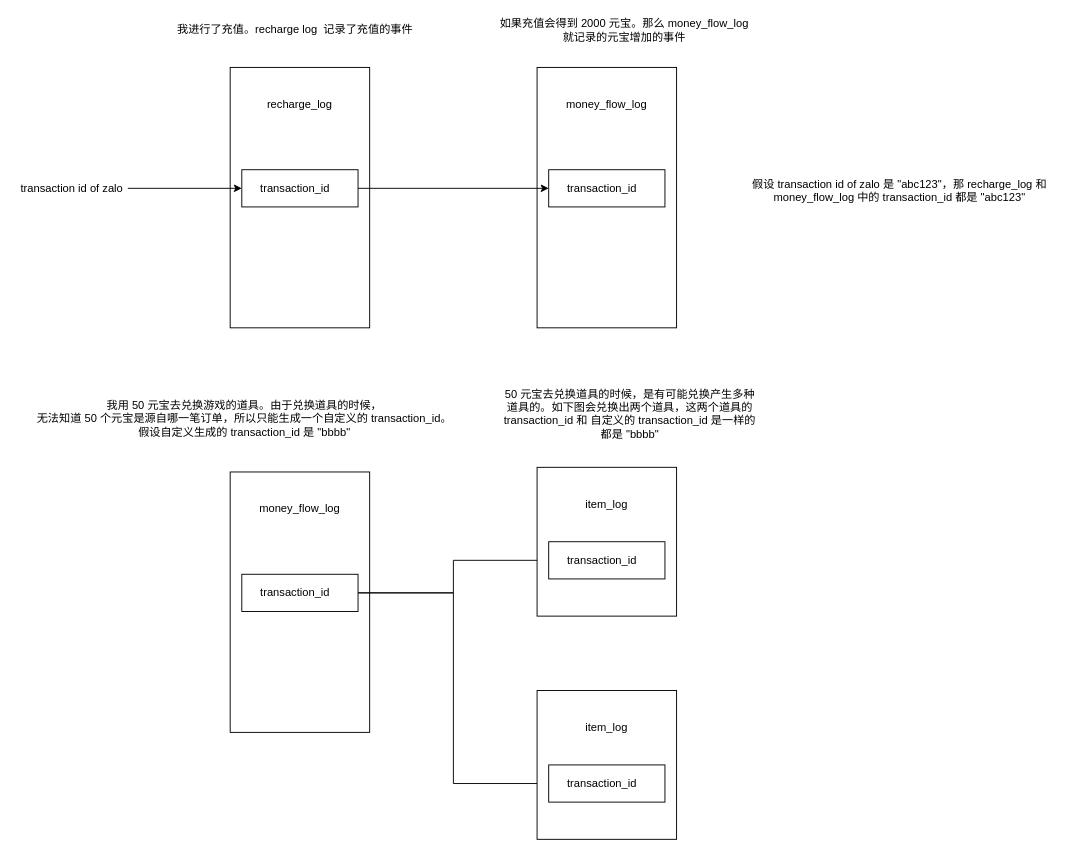
Earlier version of the draw.io diagram 未命名绘图.drawio (350258655/image). Source tidied: cells renumbered, new cells numbered last; positions are measured from the earlier drawing's top-left corner, leaving out a move shared by most shapes. Both pictures are drawn from the tidied source at 93%, with x=0, y=0 at pixel (16, 20).
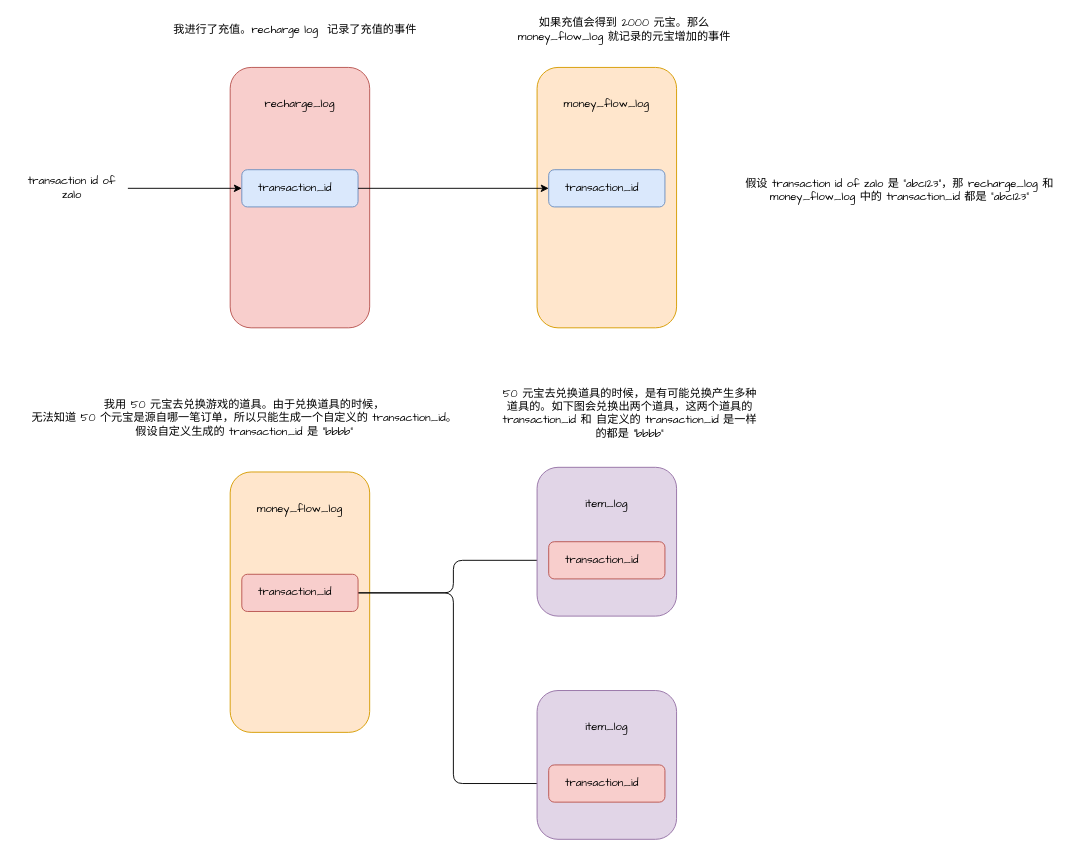
After the change.

Commit message (it also covers changes not shown here):
更新未命名绘图.drawio

Change to the diagram source:
```diff
@@
-    <mxCell id="2" style="rounded=0;whiteSpace=wrap;html=1;" parent="1" vertex="1">
+    <mxCell id="2" style="whiteSpace=wrap;html=1;rounded=1;fillColor=#f8cecc;strokeColor=#b85450;fontFamily=Comic Sans MS;" parent="1" vertex="1">
       <mxGeometry x="230" y="50" width="150" height="280" as="geometry" />
     </mxCell>
-    <mxCell id="3" value="recharge_log" style="text;html=1;strokeColor=none;fillColor=none;align=center;verticalAlign=middle;whiteSpace=wrap;rounded=0;" parent="1" vertex="1">
+    <mxCell id="3" value="recharge_log" style="text;html=1;strokeColor=none;fillColor=none;align=center;verticalAlign=middle;whiteSpace=wrap;rounded=1;fontFamily=Comic Sans MS;" parent="1" vertex="1">
       <mxGeometry x="285" y="80" width="40" height="20" as="geometry" />
     </mxCell>
-    <mxCell id="4" style="edgeStyle=orthogonalEdgeStyle;rounded=0;jettySize=auto;html=1;" parent="1" edge="1" source="5" target="6">
+    <mxCell id="4" style="edgeStyle=orthogonalEdgeStyle;jettySize=auto;html=1;fontFamily=Comic Sans MS;" parent="1" edge="1" source="5" target="6">
       <mxGeometry relative="1" as="geometry" />
     </mxCell>
-    <mxCell id="5" value="transaction id of zalo" style="text;html=1;strokeColor=none;fillColor=none;align=center;verticalAlign=middle;whiteSpace=wrap;rounded=0;" parent="1" vertex="1">
+    <mxCell id="5" value="transaction id of zalo" style="text;html=1;strokeColor=none;fillColor=none;align=center;verticalAlign=middle;whiteSpace=wrap;rounded=1;fontFamily=Comic Sans MS;" parent="1" vertex="1">
       <mxGeometry y="165" width="120" height="30" as="geometry" />
     </mxCell>
-    <mxCell id="6" style="rounded=0;whiteSpace=wrap;html=1;" parent="1" vertex="1">
+    <mxCell id="6" style="whiteSpace=wrap;html=1;rounded=1;fillColor=#dae8fc;strokeColor=#6c8ebf;fontFamily=Comic Sans MS;" parent="1" vertex="1">
       <mxGeometry x="242.5" y="160" width="125" height="40" as="geometry" />
     </mxCell>
-    <mxCell id="7" value="transaction_id" style="text;html=1;strokeColor=none;fillColor=none;align=center;verticalAlign=middle;whiteSpace=wrap;rounded=0;" parent="1" vertex="1">
+    <mxCell id="7" value="transaction_id" style="text;html=1;strokeColor=none;fillColor=none;align=center;verticalAlign=middle;whiteSpace=wrap;rounded=1;fontFamily=Comic Sans MS;" parent="1" vertex="1">
       <mxGeometry x="280" y="170" width="40" height="20" as="geometry" />
     </mxCell>
-    <mxCell id="8" value="我进行了充值。recharge log&amp;nbsp; 记录了充值的事件" style="text;html=1;strokeColor=none;fillColor=none;align=center;verticalAlign=middle;whiteSpace=wrap;rounded=0;" parent="1" vertex="1">
+    <mxCell id="8" value="我进行了充值。recharge log&amp;nbsp; 记录了充值的事件" style="text;html=1;strokeColor=none;fillColor=none;align=center;verticalAlign=middle;whiteSpace=wrap;rounded=1;fontFamily=Comic Sans MS;" parent="1" vertex="1">
       <mxGeometry x="160" width="280" height="20" as="geometry" />
     </mxCell>
-    <mxCell id="9" style="rounded=0;whiteSpace=wrap;html=1;" parent="1" vertex="1">
+    <mxCell id="9" style="whiteSpace=wrap;html=1;rounded=1;fillColor=#ffe6cc;strokeColor=#d79b00;fontFamily=Comic Sans MS;" parent="1" vertex="1">
       <mxGeometry x="560" y="50" width="150" height="280" as="geometry" />
     </mxCell>
-    <mxCell id="10" value="money_flow_log" style="text;html=1;strokeColor=none;fillColor=none;align=center;verticalAlign=middle;whiteSpace=wrap;rounded=0;" parent="1" vertex="1">
+    <mxCell id="10" value="money_flow_log" style="text;html=1;strokeColor=none;fillColor=none;align=center;verticalAlign=middle;whiteSpace=wrap;rounded=1;fontFamily=Comic Sans MS;" parent="1" vertex="1">
       <mxGeometry x="615" y="80" width="40" height="20" as="geometry" />
     </mxCell>
-    <mxCell id="11" style="rounded=0;whiteSpace=wrap;html=1;" parent="1" vertex="1">
+    <mxCell id="11" style="whiteSpace=wrap;html=1;rounded=1;fillColor=#dae8fc;strokeColor=#6c8ebf;fontFamily=Comic Sans MS;" parent="1" vertex="1">
       <mxGeometry x="572.5" y="160" width="125" height="40" as="geometry" />
     </mxCell>
-    <mxCell id="12" value="transaction_id" style="text;html=1;strokeColor=none;fillColor=none;align=center;verticalAlign=middle;whiteSpace=wrap;rounded=0;" parent="1" vertex="1">
+    <mxCell id="12" value="transaction_id" style="text;html=1;strokeColor=none;fillColor=none;align=center;verticalAlign=middle;whiteSpace=wrap;rounded=1;fontFamily=Comic Sans MS;" parent="1" vertex="1">
       <mxGeometry x="610" y="170" width="40" height="20" as="geometry" />
     </mxCell>
-    <mxCell id="13" value="如果充值会得到 2000 元宝。那么 money_flow_log 就记录的元宝增加的事件&lt;br&gt;" style="text;html=1;strokeColor=none;fillColor=none;align=center;verticalAlign=middle;whiteSpace=wrap;rounded=0;" parent="1" vertex="1">
+    <mxCell id="13" value="如果充值会得到 2000 元宝。那么 money_flow_log 就记录的元宝增加的事件&lt;br&gt;" style="text;html=1;strokeColor=none;fillColor=none;align=center;verticalAlign=middle;whiteSpace=wrap;rounded=1;fontFamily=Comic Sans MS;" parent="1" vertex="1">
       <mxGeometry x="514" width="280" height="20" as="geometry" />
     </mxCell>
-    <mxCell id="14" value="假设 transaction id of zalo 是 &quot;abc123&quot;，那 recharge_log 和 money_flow_log 中的 transaction_id 都是 &quot;abc123&quot;&lt;br&gt;&amp;nbsp;" style="text;html=1;strokeColor=none;fillColor=none;align=center;verticalAlign=middle;whiteSpace=wrap;rounded=0;" parent="1" vertex="1">
+    <mxCell id="14" value="假设 transaction id of zalo 是 &quot;abc123&quot;，那 recharge_log 和 money_flow_log 中的 transaction_id 都是 &quot;abc123&quot;&lt;br&gt;&amp;nbsp;" style="text;html=1;strokeColor=none;fillColor=none;align=center;verticalAlign=middle;whiteSpace=wrap;rounded=1;fontFamily=Comic Sans MS;" parent="1" vertex="1">
       <mxGeometry x="760" y="160" width="380" height="60" as="geometry" />
     </mxCell>
-    <mxCell id="15" style="rounded=0;whiteSpace=wrap;html=1;" parent="1" vertex="1">
+    <mxCell id="15" style="whiteSpace=wrap;html=1;rounded=1;fillColor=#ffe6cc;strokeColor=#d79b00;fontFamily=Comic Sans MS;" parent="1" vertex="1">
       <mxGeometry x="230" y="485" width="150" height="280" as="geometry" />
     </mxCell>
-    <mxCell id="16" value="money_flow_log" style="text;html=1;strokeColor=none;fillColor=none;align=center;verticalAlign=middle;whiteSpace=wrap;rounded=0;" parent="1" vertex="1">
+    <mxCell id="16" value="money_flow_log" style="text;html=1;strokeColor=none;fillColor=none;align=center;verticalAlign=middle;whiteSpace=wrap;rounded=1;fontFamily=Comic Sans MS;" parent="1" vertex="1">
       <mxGeometry x="285" y="515" width="40" height="20" as="geometry" />
     </mxCell>
-    <mxCell id="17" style="edgeStyle=orthogonalEdgeStyle;rounded=0;jettySize=auto;html=1;entryX=0;entryY=0.5;entryDx=0;entryDy=0;" parent="1" edge="1" source="19" target="23">
+    <mxCell id="17" style="edgeStyle=orthogonalEdgeStyle;jettySize=auto;html=1;entryX=0;entryY=0.5;entryDx=0;entryDy=0;fontFamily=Comic Sans MS;" parent="1" edge="1" source="19" target="23">
       <mxGeometry relative="1" as="geometry" />
     </mxCell>
-    <mxCell id="18" style="edgeStyle=orthogonalEdgeStyle;rounded=0;jettySize=auto;html=1;entryX=0;entryY=0.5;entryDx=0;entryDy=0;" parent="1" edge="1" source="19" target="27">
+    <mxCell id="18" style="edgeStyle=orthogonalEdgeStyle;jettySize=auto;html=1;entryX=0;entryY=0.5;entryDx=0;entryDy=0;fontFamily=Comic Sans MS;" parent="1" edge="1" source="19" target="27">
       <mxGeometry relative="1" as="geometry" />
     </mxCell>
-    <mxCell id="19" style="rounded=0;whiteSpace=wrap;html=1;" parent="1" vertex="1">
+    <mxCell id="19" style="whiteSpace=wrap;html=1;rounded=1;fillColor=#f8cecc;strokeColor=#b85450;fontFamily=Comic Sans MS;" parent="1" vertex="1">
       <mxGeometry x="242.5" y="595" width="125" height="40" as="geometry" />
     </mxCell>
-    <mxCell id="20" value="transaction_id" style="text;html=1;strokeColor=none;fillColor=none;align=center;verticalAlign=middle;whiteSpace=wrap;rounded=0;" parent="1" vertex="1">
+    <mxCell id="20" value="transaction_id" style="text;html=1;strokeColor=none;fillColor=none;align=center;verticalAlign=middle;whiteSpace=wrap;rounded=1;fontFamily=Comic Sans MS;" parent="1" vertex="1">
       <mxGeometry x="280" y="605" width="40" height="20" as="geometry" />
     </mxCell>
-    <mxCell id="21" style="rounded=0;whiteSpace=wrap;html=1;" parent="1" vertex="1">
+    <mxCell id="21" style="whiteSpace=wrap;html=1;rounded=1;fillColor=#e1d5e7;strokeColor=#9673a6;fontFamily=Comic Sans MS;" parent="1" vertex="1">
       <mxGeometry x="560" y="480" width="150" height="160" as="geometry" />
     </mxCell>
-    <mxCell id="22" value="item_log" style="text;html=1;strokeColor=none;fillColor=none;align=center;verticalAlign=middle;whiteSpace=wrap;rounded=0;" parent="1" vertex="1">
+    <mxCell id="22" value="item_log" style="text;html=1;strokeColor=none;fillColor=none;align=center;verticalAlign=middle;whiteSpace=wrap;rounded=1;fontFamily=Comic Sans MS;" parent="1" vertex="1">
       <mxGeometry x="615" y="510" width="40" height="20" as="geometry" />
     </mxCell>
-    <mxCell id="23" style="rounded=0;whiteSpace=wrap;html=1;" parent="1" vertex="1">
+    <mxCell id="23" style="whiteSpace=wrap;html=1;rounded=1;fillColor=#f8cecc;strokeColor=#b85450;fontFamily=Comic Sans MS;" parent="1" vertex="1">
       <mxGeometry x="572.5" y="560" width="125" height="40" as="geometry" />
     </mxCell>
-    <mxCell id="24" value="transaction_id" style="text;html=1;strokeColor=none;fillColor=none;align=center;verticalAlign=middle;whiteSpace=wrap;rounded=0;" parent="1" vertex="1">
+    <mxCell id="24" value="transaction_id" style="text;html=1;strokeColor=none;fillColor=none;align=center;verticalAlign=middle;whiteSpace=wrap;rounded=1;fontFamily=Comic Sans MS;" parent="1" vertex="1">
       <mxGeometry x="610" y="570" width="40" height="20" as="geometry" />
     </mxCell>
-    <mxCell id="25" style="rounded=0;whiteSpace=wrap;html=1;" parent="1" vertex="1">
+    <mxCell id="25" style="whiteSpace=wrap;html=1;rounded=1;fillColor=#e1d5e7;strokeColor=#9673a6;fontFamily=Comic Sans MS;" parent="1" vertex="1">
       <mxGeometry x="560" y="720" width="150" height="160" as="geometry" />
     </mxCell>
-    <mxCell id="26" value="item_log" style="text;html=1;strokeColor=none;fillColor=none;align=center;verticalAlign=middle;whiteSpace=wrap;rounded=0;" parent="1" vertex="1">
+    <mxCell id="26" value="item_log" style="text;html=1;strokeColor=none;fillColor=none;align=center;verticalAlign=middle;whiteSpace=wrap;rounded=1;fontFamily=Comic Sans MS;" parent="1" vertex="1">
       <mxGeometry x="615" y="750" width="40" height="20" as="geometry" />
     </mxCell>
-    <mxCell id="27" style="rounded=0;whiteSpace=wrap;html=1;" parent="1" vertex="1">
+    <mxCell id="27" style="whiteSpace=wrap;html=1;rounded=1;fillColor=#f8cecc;strokeColor=#b85450;fontFamily=Comic Sans MS;" parent="1" vertex="1">
       <mxGeometry x="572.5" y="800" width="125" height="40" as="geometry" />
     </mxCell>
-    <mxCell id="28" value="transaction_id" style="text;html=1;strokeColor=none;fillColor=none;align=center;verticalAlign=middle;whiteSpace=wrap;rounded=0;" parent="1" vertex="1">
+    <mxCell id="28" value="transaction_id" style="text;html=1;strokeColor=none;fillColor=none;align=center;verticalAlign=middle;whiteSpace=wrap;rounded=1;fontFamily=Comic Sans MS;" parent="1" vertex="1">
       <mxGeometry x="610" y="810" width="40" height="20" as="geometry" />
     </mxCell>
-    <mxCell id="29" value="我用 50 元宝去兑换游戏的道具。由于兑换道具的时候，&lt;br&gt;无法知道 50 个元宝是源自哪一笔订单，所以只能生成一个自定义的&amp;nbsp;&lt;span&gt;transaction_id。&lt;br&gt;&lt;/span&gt;假设自定义生成的&amp;nbsp;&lt;span&gt;transaction_id 是 &quot;bbbb&quot;&lt;/span&gt;&lt;br&gt;&amp;nbsp;" style="text;html=1;align=center;verticalAlign=middle;strokeColor=none;" parent="1" vertex="1">
-      <mxGeometry x="15" y="405" width="460" height="60" as="geometry" />
+    <mxCell id="29" value="我用 50 元宝去兑换游戏的道具。由于兑换道具的时候，&lt;br&gt;无法知道 50 个元宝是源自哪一笔订单，所以只能生成一个自定义的&amp;nbsp;&lt;span&gt;transaction_id。&lt;br&gt;&lt;/span&gt;假设自定义生成的&amp;nbsp;&lt;span&gt;transaction_id 是 &quot;bbbb&quot;&lt;/span&gt;&lt;br&gt;&amp;nbsp;" style="text;html=1;align=center;verticalAlign=middle;strokeColor=none;rounded=1;fontFamily=Comic Sans MS;" parent="1" vertex="1">
+      <mxGeometry x="10" y="405" width="470" height="60" as="geometry" />
     </mxCell>
-    <mxCell id="30" value="50 元宝去兑换道具的时候，是有可能兑换产生多种道具的。如下图会兑换出两个道具，这两个道具的 transaction_id 和 自定义的 transaction_id 是一样的都是 &quot;bbbb&quot;&lt;br&gt;&amp;nbsp;" style="text;html=1;strokeColor=none;fillColor=none;align=center;verticalAlign=middle;whiteSpace=wrap;rounded=0;" parent="1" vertex="1">
+    <mxCell id="30" value="50 元宝去兑换道具的时候，是有可能兑换产生多种道具的。如下图会兑换出两个道具，这两个道具的 transaction_id 和 自定义的 transaction_id 是一样的都是 &quot;bbbb&quot;&lt;br&gt;&amp;nbsp;" style="text;html=1;strokeColor=none;fillColor=none;align=center;verticalAlign=middle;whiteSpace=wrap;rounded=1;fontFamily=Comic Sans MS;" parent="1" vertex="1">
       <mxGeometry x="520" y="420" width="280" height="20" as="geometry" />
     </mxCell>
-    <mxCell id="31" style="edgeStyle=orthogonalEdgeStyle;rounded=0;jettySize=auto;html=1;" parent="1" edge="1" source="6" target="11">
+    <mxCell id="31" style="edgeStyle=orthogonalEdgeStyle;jettySize=auto;html=1;fontFamily=Comic Sans MS;" parent="1" edge="1" source="6" target="11">
       <mxGeometry relative="1" as="geometry" />
     </mxCell>
```
